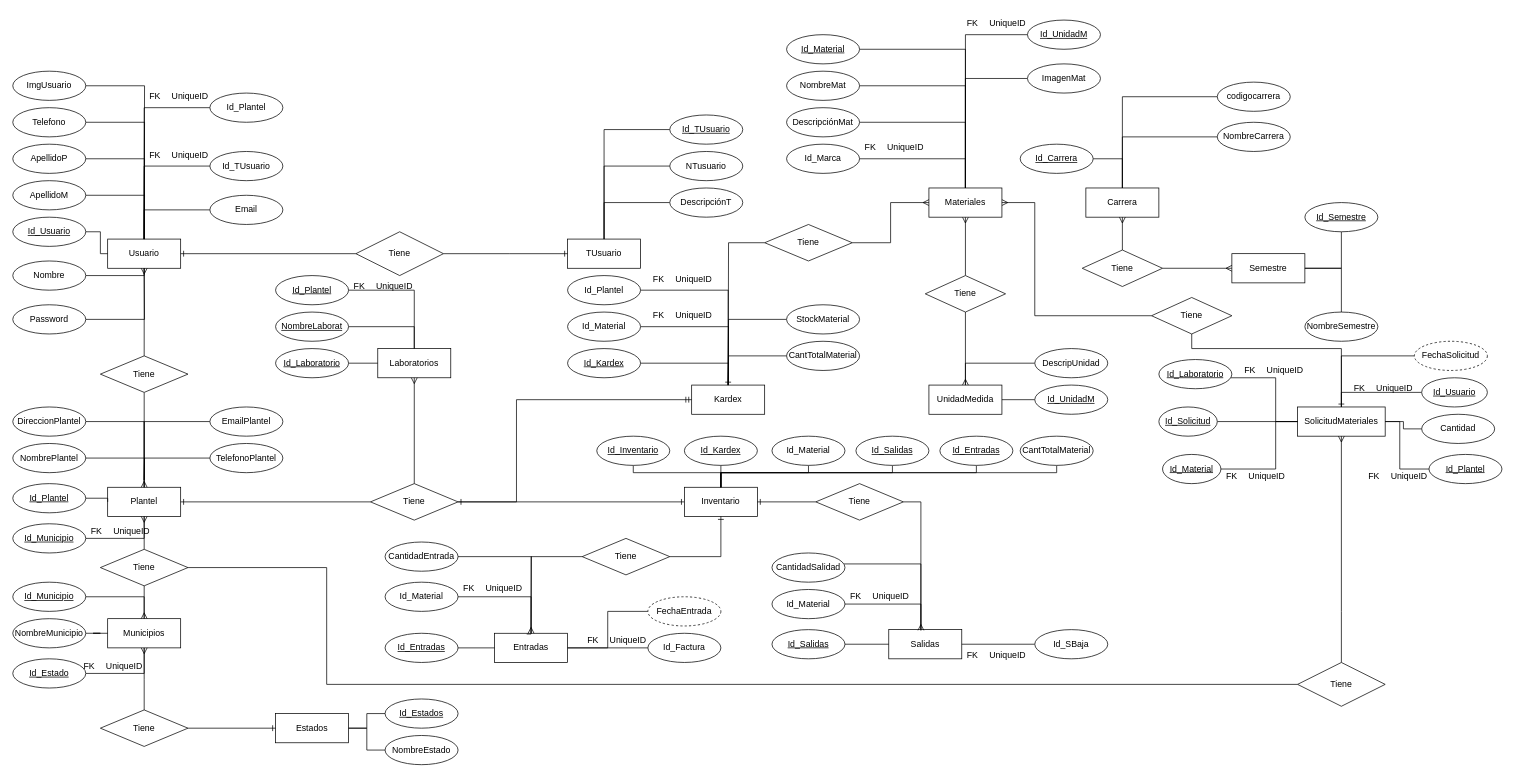
Earlier version of the draw.io diagram page "Modelo_Entidad_Relacion" (1 of 2) of Diagrama sin título.drawio (JlchavezG/ContruccionBd). Source tidied: cells renumbered, new cells numbered last; positions are measured from the earlier drawing's top-left corner, leaving out a move shared by most shapes. Both pictures are drawn from the tidied source at 73%, with x=0, y=0 at pixel (12, 12).
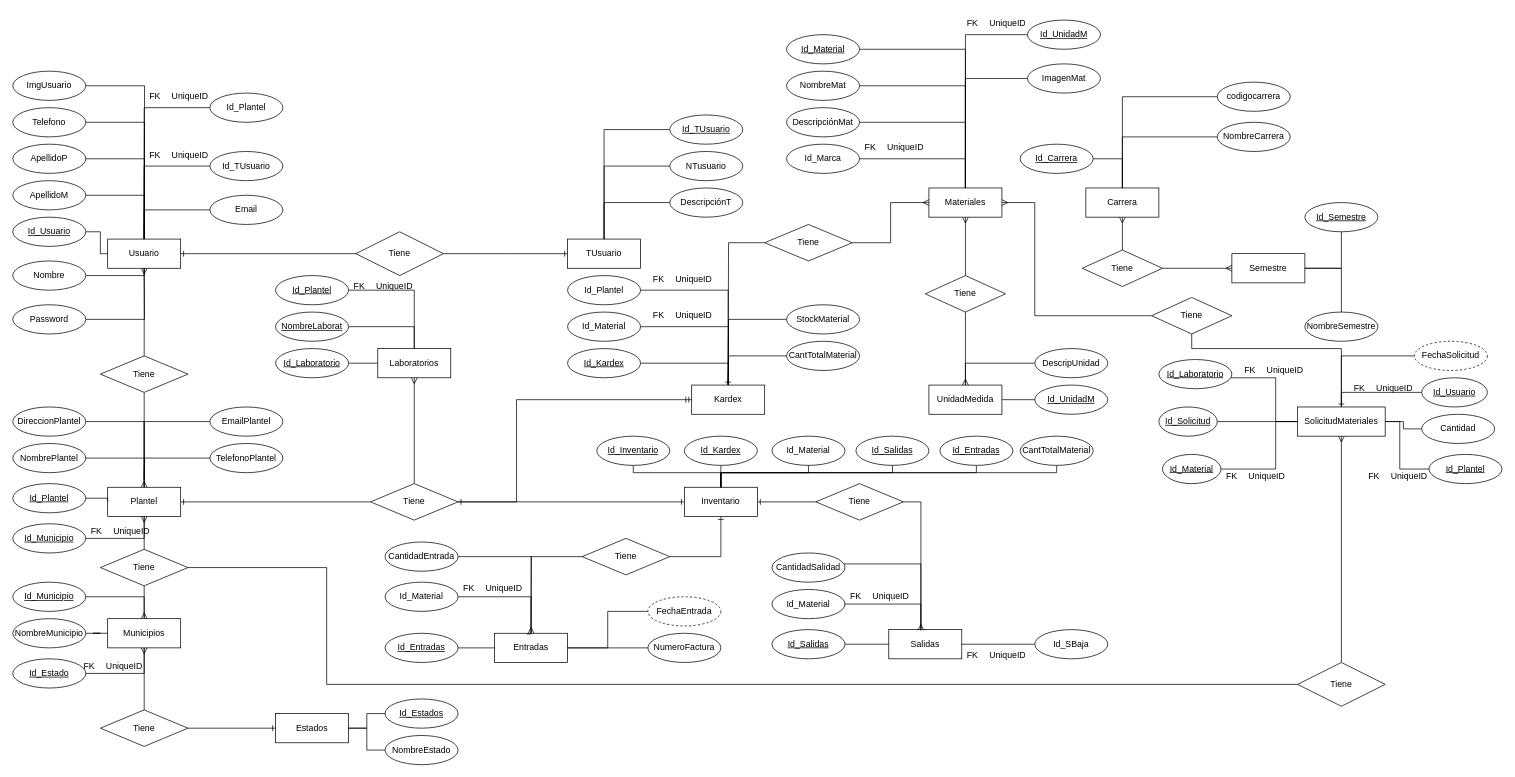
The same page after the edit.

Diff of the diagram source:
```diff
@@
-    <mxCell id="123" value="Id_Factura" style="ellipse;whiteSpace=wrap;html=1;align=center;" parent="1" vertex="1">
+    <mxCell id="123" value="NumeroFactura" style="ellipse;whiteSpace=wrap;html=1;align=center;" parent="1" vertex="1">
       <mxGeometry x="870" y="850" width="100" height="40" as="geometry" />
     </mxCell>
-    <mxCell id="124" style="shape=table;startSize=0;childLayout=tableLayout;rowLines=0;fontStyle=0;align=center;strokeColor=none;fillColor=none;" parent="1" vertex="1">
-      <mxGeometry x="780" y="840" width="180" height="40" as="geometry" />
-    </mxCell>
-    <mxCell id="125" style="shape=tableRow;horizontal=0;startSize=0;swimlaneHead=0;swimlaneBody=0;fillColor=none;top=0;left=0;right=0;bottom=0;" parent="124" vertex="1">
-      <mxGeometry width="180" height="40" as="geometry" />
-    </mxCell>
-    <mxCell id="126" value="FK" style="shape=partialRectangle;fillColor=none;top=0;left=0;bottom=0;right=0;fontStyle=0;overflow=hidden;whiteSpace=wrap;html=1;" parent="125" vertex="1">
-      <mxGeometry width="30" height="40" as="geometry" />
-    </mxCell>
-    <mxCell id="127" value="UniqueID" style="shape=partialRectangle;fillColor=none;top=0;left=0;bottom=0;right=0;align=left;spacingLeft=6;fontStyle=0;overflow=hidden;whiteSpace=wrap;html=1;" parent="125" vertex="1">
-      <mxGeometry x="30" width="150" height="40" as="geometry" />
-    </mxCell>
```
